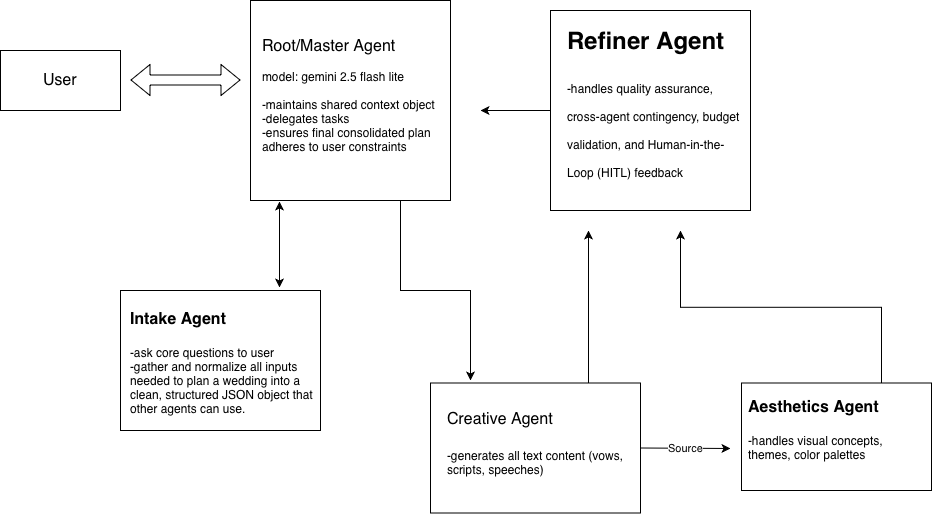
Before: wedding_agent/Wedding Agent.drawio.png, a diagram exported from draw.io (GaemiStudio/Agent-EverAfter-Engine). Source tidied: cells renumbered, new cells last; positions are measured from the earlier drawing's top-left corner, leaving out a move shared by most shapes.
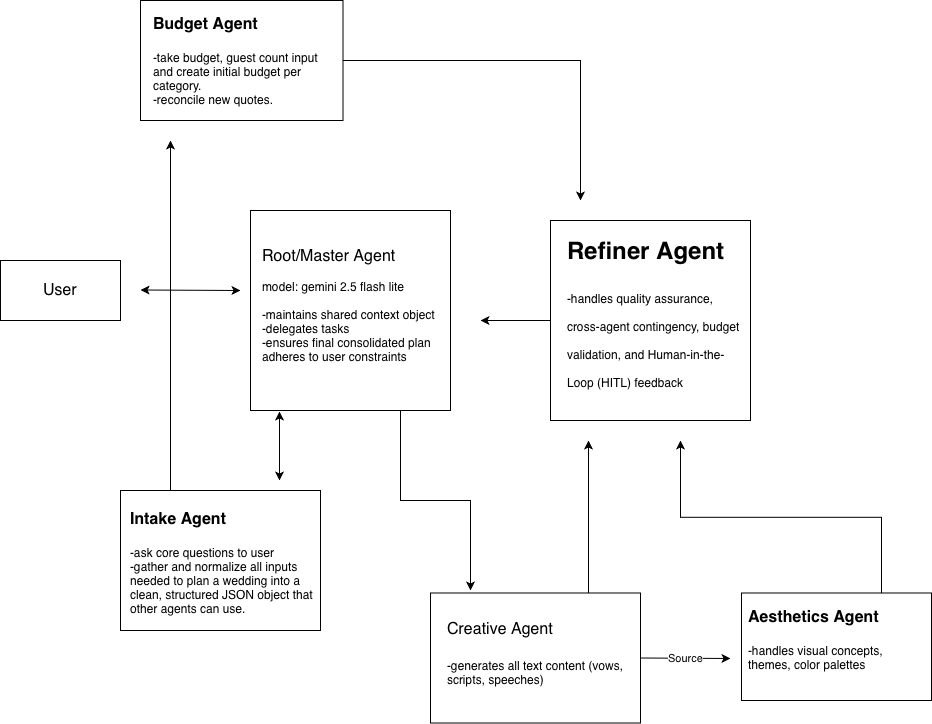
After the change.

What changed in the source:
```diff
@@ -62,12 +62,6 @@
     <mxCell id="16" value="&lt;h1 style=&quot;margin-top: 0px;&quot;&gt;Refiner Agent&lt;/h1&gt;&lt;h1 style=&quot;margin-top: 0px;&quot;&gt;&lt;span style=&quot;font-size: 12px; font-weight: normal;&quot;&gt;-handles quality assurance, cross-agent contingency, budget validation, and Human-in-the-Loop (HITL) feedback processing&amp;nbsp;&lt;/span&gt;&lt;br&gt;&lt;/h1&gt;" style="text;html=1;whiteSpace=wrap;overflow=hidden;rounded=0;" parent="1" vertex="1">
       <mxGeometry x="565" y="20" width="180" height="170" as="geometry" />
     </mxCell>
-    <mxCell id="17" style="shape=flexArrow;endArrow=classic;startArrow=classic;html=1;rounded=0;" parent="1" edge="1">
-      <mxGeometry relative="1" as="geometry">
-        <mxPoint x="130" y="79.5" as="sourcePoint" />
-        <mxPoint x="240" y="79.5" as="targetPoint" />
-      </mxGeometry>
-    </mxCell>
     <mxCell id="18" style="endArrow=classic;html=1;rounded=0;exitX=1;exitY=0.5;exitDx=0;exitDy=0;" parent="1" edge="1" source="6">
       <mxGeometry relative="1" as="geometry">
         <mxPoint x="730" y="448" as="targetPoint" />
@@ -76,16 +70,41 @@
     <mxCell id="19" value="Source" style="edgeLabel;html=1;align=center;verticalAlign=middle;" parent="18" vertex="1">
       <mxGeometry relative="1" as="geometry" />
     </mxCell>
+    <mxCell id="23" style="edgeStyle=orthogonalEdgeStyle;rounded=0;jettySize=auto;html=1;exitX=0.25;exitY=0;exitDx=0;exitDy=0;" parent="1" edge="1" source="20">
+      <mxGeometry relative="1" as="geometry">
+        <mxPoint x="170" y="-70" as="targetPoint" />
+      </mxGeometry>
+    </mxCell>
     <mxCell id="20" style="rounded=0;whiteSpace=wrap;html=1;" parent="1" vertex="1">
-      <mxGeometry x="120" y="290" width="200" height="140" as="geometry" />
+      <mxGeometry x="120" y="280" width="200" height="140" as="geometry" />
     </mxCell>
     <mxCell id="21" value="&lt;h1 style=&quot;margin-top: 0px;&quot;&gt;&lt;font style=&quot;font-size: 16px;&quot;&gt;Intake Agent&lt;/font&gt;&lt;/h1&gt;&lt;div&gt;-ask core questions to user&lt;/div&gt;&lt;div&gt;-gather and normalize all inputs needed to plan a wedding into a clean, structured JSON object that other agents can use.&lt;/div&gt;" style="text;html=1;whiteSpace=wrap;overflow=hidden;rounded=0;" parent="1" vertex="1">
-      <mxGeometry x="127.5" y="295" width="185" height="130" as="geometry" />
+      <mxGeometry x="127.5" y="285" width="185" height="130" as="geometry" />
     </mxCell>
     <mxCell id="22" style="endArrow=classic;startArrow=classic;html=1;rounded=0;entryX=0.145;entryY=1.005;entryDx=0;entryDy=0;entryPerimeter=0;" parent="1" edge="1" target="3">
       <mxGeometry relative="1" as="geometry">
-        <mxPoint x="279" y="287" as="sourcePoint" />
+        <mxPoint x="279" y="270" as="sourcePoint" />
+        <Array as="points">
+          <mxPoint x="279" y="240" />
+        </Array>
       </mxGeometry>
     </mxCell>
+    <mxCell id="24" style="edgeStyle=orthogonalEdgeStyle;rounded=0;jettySize=auto;html=1;exitX=1;exitY=0.5;exitDx=0;exitDy=0;" parent="1" edge="1" source="25">
+      <mxGeometry relative="1" as="geometry">
+        <mxPoint x="580" y="-10" as="targetPoint" />
+      </mxGeometry>
+    </mxCell>
+    <mxCell id="25" style="rounded=0;whiteSpace=wrap;html=1;" parent="1" vertex="1">
+      <mxGeometry x="140" y="-210" width="202.5" height="120" as="geometry" />
+    </mxCell>
+    <mxCell id="26" value="&lt;h1 style=&quot;margin-top: 0px;&quot;&gt;&lt;font style=&quot;font-size: 16px;&quot;&gt;Budget Agent&lt;/font&gt;&lt;/h1&gt;&lt;div&gt;-take budget, guest count input and create initial budget per category.&lt;/div&gt;&lt;div&gt;-reconcile new quotes.&lt;/div&gt;" style="text;html=1;whiteSpace=wrap;overflow=hidden;rounded=0;" parent="1" vertex="1">
+      <mxGeometry x="151.2" y="-210" width="180" height="120" as="geometry" />
+    </mxCell>
+    <mxCell id="27" style="endArrow=classic;startArrow=classic;html=1;rounded=0;" parent="1" edge="1">
+      <mxGeometry relative="1" as="geometry">
+        <mxPoint x="140" y="79.5" as="sourcePoint" />
+        <mxPoint x="240" y="80" as="targetPoint" />
+      </mxGeometry>
+    </mxCell>
   </root>
 </mxGraphModel>
```
